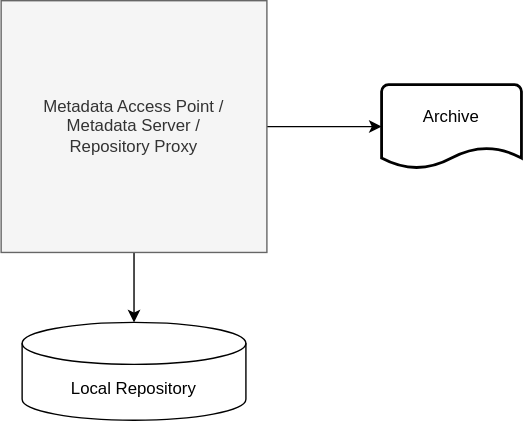
Earlier version of the draw.io export site/docs/features/metadata-archiving/open-metadata-archives-use-cases-3.svg (odpi/egeria-docs). Source tidied: cells renumbered, new cells last; positions are measured from the earlier drawing's top-left corner, leaving out a move shared by most shapes. Its diagram source:
```xml
<mxGraphModel>
  <root>
    <mxCell id="0" />
    <mxCell id="1" parent="0" />
    <mxCell id="2" style="edgeStyle=orthogonalEdgeStyle;rounded=0;jettySize=auto;html=1;exitX=0.5;exitY=1;exitDx=0;exitDy=0;shadow=0;" parent="1" edge="1" source="4" target="5">
      <mxGeometry relative="1" as="geometry" />
    </mxCell>
    <mxCell id="3" style="edgeStyle=orthogonalEdgeStyle;rounded=0;jettySize=auto;html=1;exitX=1;exitY=0.5;exitDx=0;exitDy=0;shadow=0;" parent="1" edge="1" source="4" target="6">
      <mxGeometry relative="1" as="geometry" />
    </mxCell>
    <mxCell id="4" value="Metadata Access Point / &lt;br&gt;Metadata Server / &lt;br&gt;Repository Proxy" style="rounded=0;whiteSpace=wrap;html=1;verticalAlign=middle;fillColor=#f5f5f5;strokeColor=#666666;fontColor=#333333;" parent="1" vertex="1">
      <mxGeometry width="190" height="180" as="geometry" />
    </mxCell>
    <mxCell id="5" value="Local Repository" style="shape=cylinder3;whiteSpace=wrap;html=1;boundedLbl=1;backgroundOutline=1;size=15;" parent="1" vertex="1">
      <mxGeometry x="15" y="230" width="160" height="70" as="geometry" />
    </mxCell>
    <mxCell id="6" value="Archive&lt;br&gt;&amp;nbsp;" style="strokeWidth=2;html=1;shape=mxgraph.flowchart.document2;whiteSpace=wrap;size=0.25;" parent="1" vertex="1">
      <mxGeometry x="272" y="60" width="100" height="60" as="geometry" />
    </mxCell>
  </root>
</mxGraphModel>
```
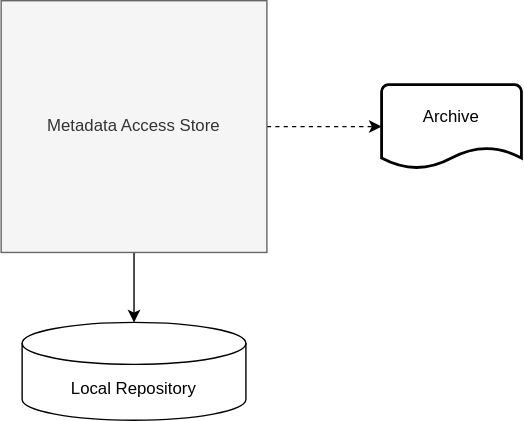
After the change.

The edit, as a diff of the source:
```diff
@@ -5,10 +5,10 @@
     <mxCell id="2" style="edgeStyle=orthogonalEdgeStyle;rounded=0;jettySize=auto;html=1;exitX=0.5;exitY=1;exitDx=0;exitDy=0;shadow=0;" parent="1" edge="1" source="4" target="5">
       <mxGeometry relative="1" as="geometry" />
     </mxCell>
-    <mxCell id="3" style="edgeStyle=orthogonalEdgeStyle;rounded=0;jettySize=auto;html=1;exitX=1;exitY=0.5;exitDx=0;exitDy=0;shadow=0;" parent="1" edge="1" source="4" target="6">
+    <mxCell id="3" style="edgeStyle=orthogonalEdgeStyle;rounded=0;jettySize=auto;html=1;exitX=1;exitY=0.5;exitDx=0;exitDy=0;shadow=0;dashed=1;" parent="1" edge="1" source="4" target="6">
       <mxGeometry relative="1" as="geometry" />
     </mxCell>
-    <mxCell id="4" value="Metadata Access Point / &lt;br&gt;Metadata Server / &lt;br&gt;Repository Proxy" style="rounded=0;whiteSpace=wrap;html=1;verticalAlign=middle;fillColor=#f5f5f5;strokeColor=#666666;fontColor=#333333;" parent="1" vertex="1">
+    <mxCell id="4" value="Metadata Access Store" style="rounded=0;whiteSpace=wrap;html=1;verticalAlign=middle;fillColor=#f5f5f5;strokeColor=#666666;fontColor=#333333;" parent="1" vertex="1">
       <mxGeometry width="190" height="180" as="geometry" />
     </mxCell>
     <mxCell id="5" value="Local Repository" style="shape=cylinder3;whiteSpace=wrap;html=1;boundedLbl=1;backgroundOutline=1;size=15;" parent="1" vertex="1">
```
